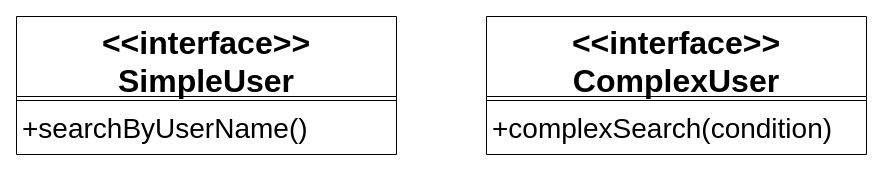
yyc-git/3DProgramPattern keeps this draw.io diagram as packages/再看设计原则/接口隔离原则/2.drawio. Above is the earlier version. Source tidied: cells renumbered, new cells numbered last; positions are measured from the earlier drawing's top-left corner, leaving out a move shared by most shapes. Both pictures are drawn from the tidied source at 100%, with x=0, y=0 at pixel (16, 16).
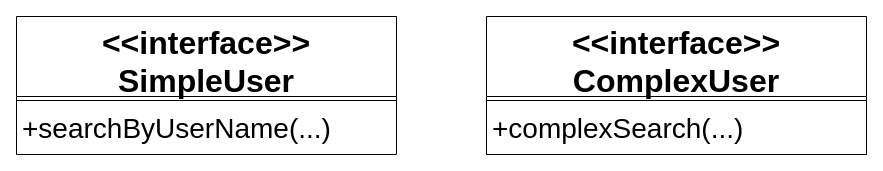
The same diagram, later.

Change to the diagram source:
```diff
@@
 <mxGraphModel>
   <root>
     <mxCell id="0" />
     <mxCell id="1" parent="0" />
     <mxCell id="2" value="&lt;&lt;interface&gt;&gt;&#10;SimpleUser" style="swimlane;fontStyle=1;align=center;verticalAlign=top;horizontal=1;startSize=80;fontSize=32;" parent="1" vertex="1">
       <mxGeometry width="380" height="138" as="geometry" />
     </mxCell>
     <mxCell id="3" style="line;strokeWidth=1;fillColor=none;align=left;verticalAlign=middle;spacingTop=-1;spacingLeft=3;spacingRight=3;labelPosition=right;" parent="2" vertex="1">
       <mxGeometry y="80" width="380" height="8" as="geometry" />
     </mxCell>
-    <mxCell id="4" value="+searchByUserName()&#10;" style="text;strokeColor=none;fillColor=none;align=left;verticalAlign=top;spacingLeft=4;spacingRight=4;overflow=hidden;fontSize=28;" parent="2" vertex="1">
+    <mxCell id="4" value="+searchByUserName(...)&#10;" style="text;strokeColor=none;fillColor=none;align=left;verticalAlign=top;spacingLeft=4;spacingRight=4;overflow=hidden;fontSize=28;" parent="2" vertex="1">
       <mxGeometry y="88" width="380" height="50" as="geometry" />
     </mxCell>
     <mxCell id="5" value="&lt;&lt;interface&gt;&gt;&#10;ComplexUser" style="swimlane;fontStyle=1;align=center;verticalAlign=top;horizontal=1;startSize=80;fontSize=32;" parent="1" vertex="1">
       <mxGeometry x="470" width="380" height="138" as="geometry" />
     </mxCell>
     <mxCell id="6" style="line;strokeWidth=1;fillColor=none;align=left;verticalAlign=middle;spacingTop=-1;spacingLeft=3;spacingRight=3;labelPosition=right;" parent="5" vertex="1">
       <mxGeometry y="80" width="380" height="8" as="geometry" />
     </mxCell>
-    <mxCell id="7" value="+complexSearch(condition)" style="text;strokeColor=none;fillColor=none;align=left;verticalAlign=top;spacingLeft=4;spacingRight=4;overflow=hidden;fontSize=28;" parent="5" vertex="1">
+    <mxCell id="7" value="+complexSearch(...)" style="text;strokeColor=none;fillColor=none;align=left;verticalAlign=top;spacingLeft=4;spacingRight=4;overflow=hidden;fontSize=28;" parent="5" vertex="1">
       <mxGeometry y="88" width="380" height="50" as="geometry" />
     </mxCell>
   </root>
 </mxGraphModel>
```
